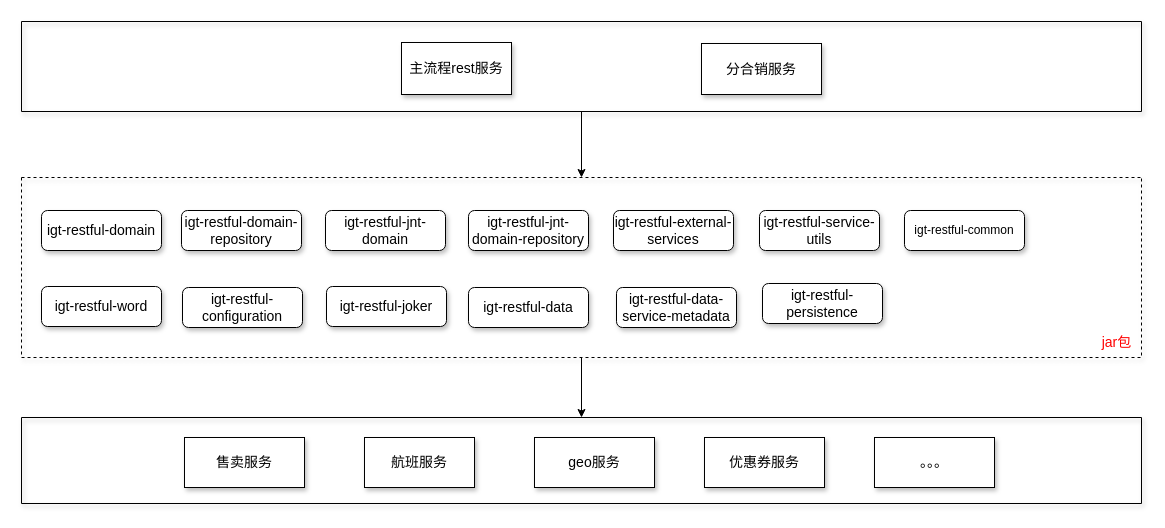
Above: 老订前rest系统架构.drawio in Veraxia/diagrams (draw.io), before the change. Source tidied: cells renumbered, new cells numbered last; positions are measured from the earlier drawing's top-left corner, leaving out a move shared by most shapes. Both pictures are drawn from the tidied source at 100%, with x=0, y=0 at pixel (21, 21).
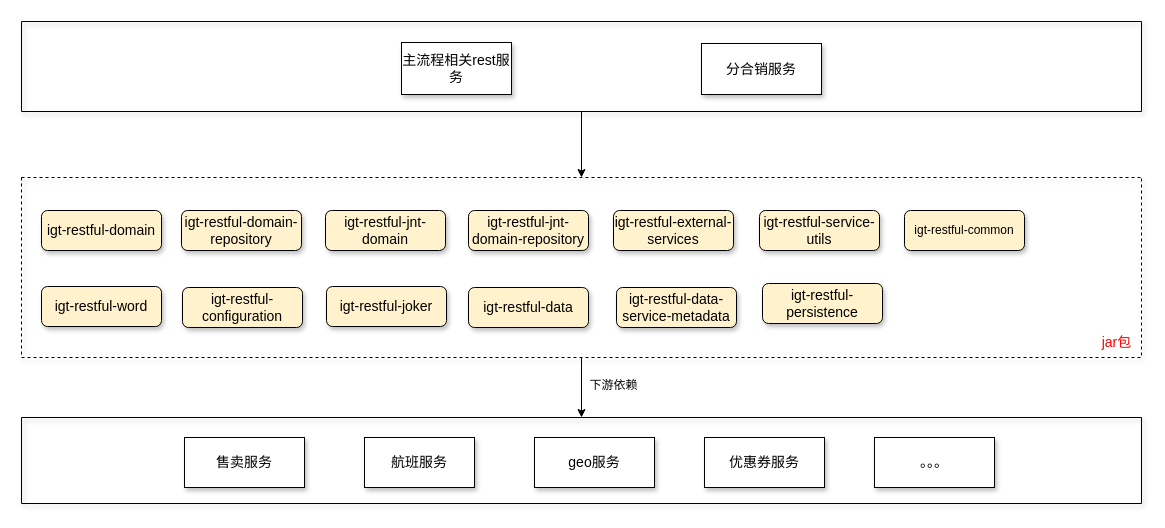
Above is the later version.

Commit message:
更新老订前rest系统架构.drawio

The change refers to these unchanged cells:
```xml
<mxCell id="19" style="swimlane;startSize=0;rounded=0;shadow=1;fillColor=#FFFFFF;" parent="1" vertex="1">
  <mxGeometry width="1120" height="90" as="geometry" />
</mxCell>
```

What changed in the source:
```diff
@@
-    <mxCell id="2" value="igt-restful-common" style="rounded=1;whiteSpace=wrap;html=1;fillColor=#FFFFFF;shadow=1;" parent="1" vertex="1">
+    <mxCell id="2" value="igt-restful-common" style="rounded=1;whiteSpace=wrap;html=1;fillColor=#FFF2CC;shadow=1;" parent="1" vertex="1">
       <mxGeometry x="883" y="189" width="120" height="40" as="geometry" />
     </mxCell>
-    <mxCell id="3" value="&lt;p style=&quot;font-size: 14px;&quot;&gt;igt-restful-domain&lt;/p&gt;" style="rounded=1;whiteSpace=wrap;html=1;fillColor=#FFFFFF;shadow=1;fontSize=14;" parent="1" vertex="1">
+    <mxCell id="3" value="&lt;p style=&quot;font-size: 14px;&quot;&gt;igt-restful-domain&lt;/p&gt;" style="rounded=1;whiteSpace=wrap;html=1;fillColor=#FFF2CC;shadow=1;fontSize=14;" parent="1" vertex="1">
       <mxGeometry x="20" y="189" width="120" height="40" as="geometry" />
     </mxCell>
-    <mxCell id="4" value="&lt;p style=&quot;font-size: 14px;&quot;&gt;igt-restful-domain-repository&lt;/p&gt;" style="rounded=1;whiteSpace=wrap;html=1;fillColor=#FFFFFF;shadow=1;fontSize=14;" parent="1" vertex="1">
+    <mxCell id="4" value="&lt;p style=&quot;font-size: 14px;&quot;&gt;igt-restful-domain-repository&lt;/p&gt;" style="rounded=1;whiteSpace=wrap;html=1;fillColor=#FFF2CC;shadow=1;fontSize=14;" parent="1" vertex="1">
       <mxGeometry x="160" y="189" width="120" height="40" as="geometry" />
     </mxCell>
-    <mxCell id="5" value="&lt;p style=&quot;font-size: 14px;&quot;&gt;igt-restful-jnt-domain&lt;/p&gt;" style="rounded=1;whiteSpace=wrap;html=1;fillColor=#FFFFFF;shadow=1;fontSize=14;" parent="1" vertex="1">
+    <mxCell id="5" value="&lt;p style=&quot;font-size: 14px;&quot;&gt;igt-restful-jnt-domain&lt;/p&gt;" style="rounded=1;whiteSpace=wrap;html=1;fillColor=#FFF2CC;shadow=1;fontSize=14;" parent="1" vertex="1">
       <mxGeometry x="304" y="189" width="120" height="40" as="geometry" />
     </mxCell>
-    <mxCell id="6" value="&lt;p style=&quot;font-size: 14px;&quot;&gt;igt-restful-jnt-domain-repository&lt;/p&gt;" style="rounded=1;whiteSpace=wrap;html=1;fillColor=#FFFFFF;shadow=1;fontSize=14;" parent="1" vertex="1">
+    <mxCell id="6" value="&lt;p style=&quot;font-size: 14px;&quot;&gt;igt-restful-jnt-domain-repository&lt;/p&gt;" style="rounded=1;whiteSpace=wrap;html=1;fillColor=#FFF2CC;shadow=1;fontSize=14;" parent="1" vertex="1">
       <mxGeometry x="447" y="189" width="120" height="40" as="geometry" />
     </mxCell>
-    <mxCell id="7" value="&lt;p style=&quot;font-size: 14px;&quot;&gt;igt-restful-external-services&lt;/p&gt;" style="rounded=1;whiteSpace=wrap;html=1;fillColor=#FFFFFF;shadow=1;fontSize=14;" parent="1" vertex="1">
+    <mxCell id="7" value="&lt;p style=&quot;font-size: 14px;&quot;&gt;igt-restful-external-services&lt;/p&gt;" style="rounded=1;whiteSpace=wrap;html=1;fillColor=#FFF2CC;shadow=1;fontSize=14;" parent="1" vertex="1">
       <mxGeometry x="592" y="189" width="120" height="40" as="geometry" />
     </mxCell>
-    <mxCell id="8" value="&lt;p style=&quot;font-size: 14px;&quot;&gt;igt-restful-service-utils&lt;/p&gt;" style="rounded=1;whiteSpace=wrap;html=1;fillColor=#FFFFFF;shadow=1;fontSize=14;" parent="1" vertex="1">
+    <mxCell id="8" value="&lt;p style=&quot;font-size: 14px;&quot;&gt;igt-restful-service-utils&lt;/p&gt;" style="rounded=1;whiteSpace=wrap;html=1;fillColor=#FFF2CC;shadow=1;fontSize=14;" parent="1" vertex="1">
       <mxGeometry x="738" y="189" width="120" height="40" as="geometry" />
     </mxCell>
-    <mxCell id="9" value="&lt;p style=&quot;font-size: 14px;&quot;&gt;igt-restful-configuration&lt;/p&gt;" style="rounded=1;whiteSpace=wrap;html=1;fillColor=#FFFFFF;shadow=1;fontSize=14;" parent="1" vertex="1">
+    <mxCell id="9" value="&lt;p style=&quot;font-size: 14px;&quot;&gt;igt-restful-configuration&lt;/p&gt;" style="rounded=1;whiteSpace=wrap;html=1;fillColor=#FFF2CC;shadow=1;fontSize=14;" parent="1" vertex="1">
       <mxGeometry x="161" y="266" width="120" height="40" as="geometry" />
     </mxCell>
-    <mxCell id="10" value="&lt;p style=&quot;font-size: 14px;&quot;&gt;igt-restful-data-service-metadata&lt;/p&gt;" style="rounded=1;whiteSpace=wrap;html=1;fillColor=#FFFFFF;shadow=1;fontSize=14;" parent="1" vertex="1">
+    <mxCell id="10" value="&lt;p style=&quot;font-size: 14px;&quot;&gt;igt-restful-data-service-metadata&lt;/p&gt;" style="rounded=1;whiteSpace=wrap;html=1;fillColor=#FFF2CC;shadow=1;fontSize=14;" parent="1" vertex="1">
       <mxGeometry x="595" y="266" width="120" height="40" as="geometry" />
     </mxCell>
-    <mxCell id="11" value="&lt;p style=&quot;font-size: 14px;&quot;&gt;igt-restful-data&lt;/p&gt;" style="rounded=1;whiteSpace=wrap;html=1;fillColor=#FFFFFF;shadow=1;fontSize=14;" parent="1" vertex="1">
+    <mxCell id="11" value="&lt;p style=&quot;font-size: 14px;&quot;&gt;igt-restful-data&lt;/p&gt;" style="rounded=1;whiteSpace=wrap;html=1;fillColor=#FFF2CC;shadow=1;fontSize=14;" parent="1" vertex="1">
       <mxGeometry x="447" y="266" width="120" height="40" as="geometry" />
     </mxCell>
-    <mxCell id="12" value="&lt;p style=&quot;font-size: 14px;&quot;&gt;igt-restful-joker&lt;/p&gt;" style="rounded=1;whiteSpace=wrap;html=1;fillColor=#FFFFFF;shadow=1;fontSize=14;" parent="1" vertex="1">
+    <mxCell id="12" value="&lt;p style=&quot;font-size: 14px;&quot;&gt;igt-restful-joker&lt;/p&gt;" style="rounded=1;whiteSpace=wrap;html=1;fillColor=#FFF2CC;shadow=1;fontSize=14;" parent="1" vertex="1">
       <mxGeometry x="305" y="265" width="120" height="40" as="geometry" />
     </mxCell>
-    <mxCell id="13" value="&lt;p style=&quot;font-size: 14px;&quot;&gt;igt-restful-persistence&lt;/p&gt;" style="rounded=1;whiteSpace=wrap;html=1;fillColor=#FFFFFF;shadow=1;fontSize=14;" parent="1" vertex="1">
+    <mxCell id="13" value="&lt;p style=&quot;font-size: 14px;&quot;&gt;igt-restful-persistence&lt;/p&gt;" style="rounded=1;whiteSpace=wrap;html=1;fillColor=#FFF2CC;shadow=1;fontSize=14;" parent="1" vertex="1">
       <mxGeometry x="741" y="262" width="120" height="40" as="geometry" />
     </mxCell>
-    <mxCell id="14" value="&lt;p style=&quot;font-size: 14px;&quot;&gt;igt-restful-word&lt;/p&gt;" style="rounded=1;whiteSpace=wrap;html=1;fillColor=#FFFFFF;shadow=1;fontSize=14;" parent="1" vertex="1">
+    <mxCell id="14" value="&lt;p style=&quot;font-size: 14px;&quot;&gt;igt-restful-word&lt;/p&gt;" style="rounded=1;whiteSpace=wrap;html=1;fillColor=#FFF2CC;shadow=1;fontSize=14;" parent="1" vertex="1">
       <mxGeometry x="20" y="265" width="120" height="40" as="geometry" />
     </mxCell>
@@
-    <mxCell id="20" value="主流程rest服务" style="rounded=0;whiteSpace=wrap;html=1;shadow=1;fillColor=#FFFFFF;fontSize=14;" parent="19" vertex="1">
+    <mxCell id="20" value="主流程相关rest服务" style="rounded=0;whiteSpace=wrap;html=1;shadow=1;fillColor=#FFFFFF;fontSize=14;" parent="19" vertex="1">
       <mxGeometry x="380" y="21" width="110" height="52" as="geometry" />
     </mxCell>
@@
+    <mxCell id="28" value="下游依赖" style="text;html=1;align=center;verticalAlign=middle;strokeColor=none;fillColor=none;" parent="1" vertex="1">
+      <mxGeometry x="559" y="351" width="66" height="26" as="geometry" />
+    </mxCell>
```
